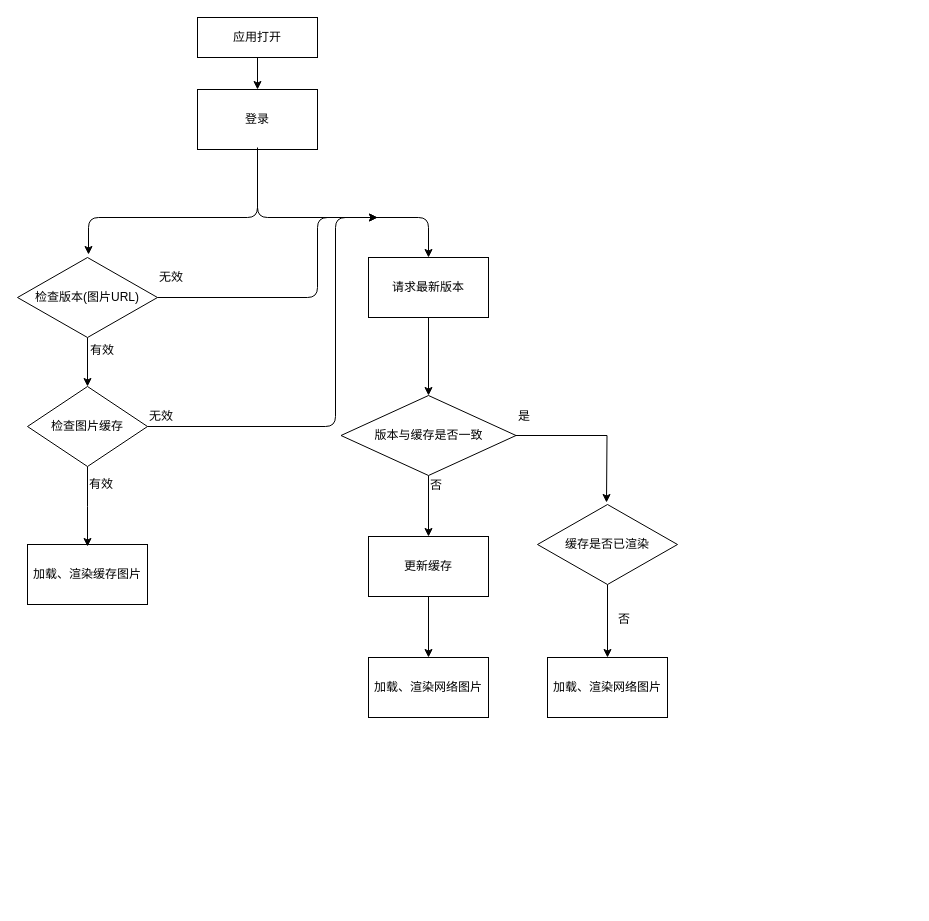
Earlier version of the draw.io diagram Untitled Diagram.drawio (666luyong/Diagram). Source tidied: cells renumbered, new cells numbered last; positions are measured from the earlier drawing's top-left corner, leaving out a move shared by most shapes. Both pictures are drawn from the tidied source at 100%, with x=0, y=0 at pixel (17, 17).
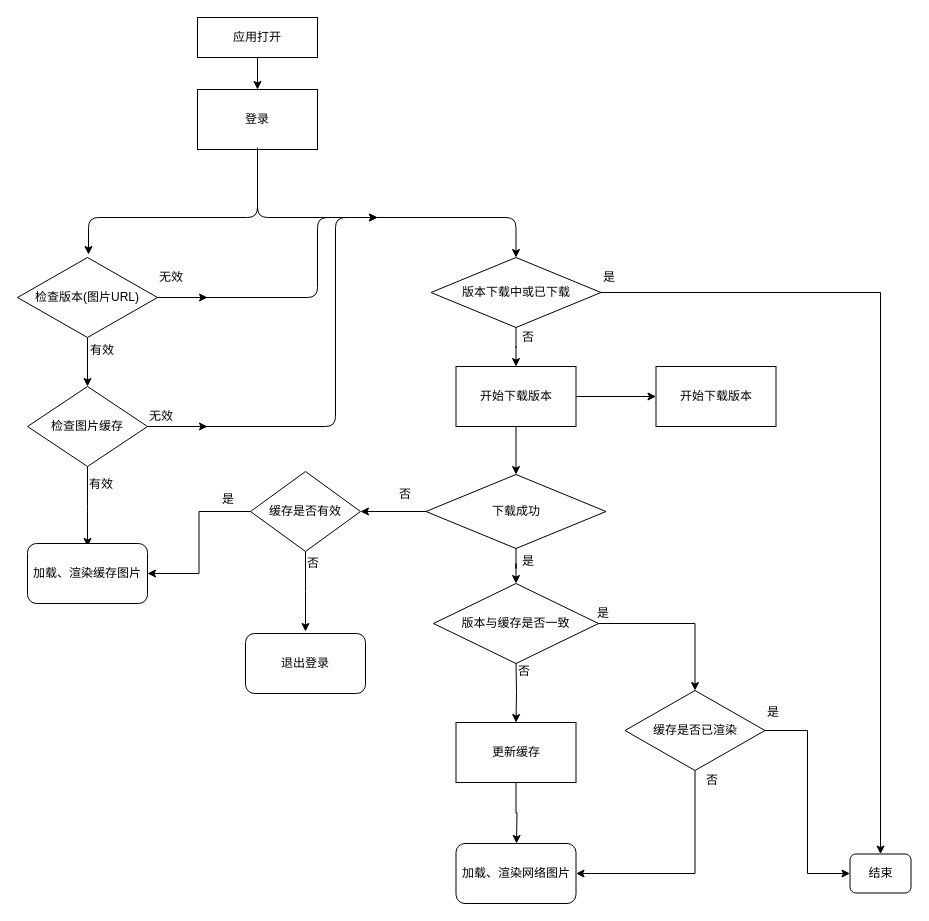
The same page after the edit.

The change refers to these unchanged cells:
```xml
<mxCell id="17" value="&lt;span style=&quot;white-space: normal&quot;&gt;检查版本(图片URL)&lt;/span&gt;" style="rhombus;whiteSpace=wrap;html=1;" parent="1" vertex="1">
  <mxGeometry y="240" width="140" height="80" as="geometry" />
</mxCell>
<mxCell id="19" value="检查图片缓存" style="rhombus;whiteSpace=wrap;html=1;" parent="1" vertex="1">
  <mxGeometry x="10" y="369" width="120" height="80" as="geometry" />
</mxCell>
```

The edit, as a diff of the source:
```diff
@@
-    <mxCell id="7" style="edgeStyle=segmentEdgeStyle;endArrow=classic;html=1;entryX=0.5;entryY=0;entryDx=0;entryDy=0;" parent="1" edge="1" target="9">
+    <mxCell id="7" style="edgeStyle=segmentEdgeStyle;endArrow=classic;html=1;entryX=0.5;entryY=0;entryDx=0;entryDy=0;" parent="1" edge="1" target="39">
       <mxGeometry relative="1" as="geometry">
         <mxPoint x="240" y="130" as="sourcePoint" />
         <Array as="points">
-          <mxPoint x="240" y="152" />
           <mxPoint x="240" y="200" />
-          <mxPoint x="411" y="200" />
+          <mxPoint x="499" y="200" />
         </Array>
       </mxGeometry>
     </mxCell>
-    <mxCell id="8" style="edgeStyle=orthogonalEdgeStyle;rounded=0;jettySize=auto;html=1;entryX=0.5;entryY=0;entryDx=0;entryDy=0;" parent="1" edge="1" source="9" target="13">
-      <mxGeometry relative="1" as="geometry" />
-    </mxCell>
-    <mxCell id="9" value="请求最新版本" style="rounded=0;whiteSpace=wrap;html=1;" parent="1" vertex="1">
-      <mxGeometry x="351" y="240" width="120" height="60" as="geometry" />
-    </mxCell>
-    <mxCell id="10" value="加载、渲染缓存图片" style="rounded=0;whiteSpace=wrap;html=1;" parent="1" vertex="1">
-      <mxGeometry x="10" y="527" width="120" height="60" as="geometry" />
-    </mxCell>
-    <mxCell id="11" style="edgeStyle=orthogonalEdgeStyle;rounded=0;jettySize=auto;html=1;" parent="1" edge="1" source="13">
-      <mxGeometry relative="1" as="geometry">
-        <mxPoint x="589" y="485" as="targetPoint" />
-      </mxGeometry>
-    </mxCell>
-    <mxCell id="12" style="edgeStyle=orthogonalEdgeStyle;rounded=0;jettySize=auto;html=1;entryX=0.5;entryY=0;entryDx=0;entryDy=0;" parent="1" edge="1" source="13" target="28">
-      <mxGeometry relative="1" as="geometry" />
+    <mxCell id="12" style="edgeStyle=orthogonalEdgeStyle;rounded=0;jettySize=auto;html=1;entryX=0.5;entryY=0;entryDx=0;entryDy=0;" parent="1" edge="1" target="28">
+      <mxGeometry relative="1" as="geometry">
+        <mxPoint x="498.5" y="644" as="sourcePoint" />
+      </mxGeometry>
     </mxCell>
+    <mxCell id="33" style="edgeStyle=orthogonalEdgeStyle;rounded=0;jettySize=auto;html=1;entryX=0.5;entryY=0;entryDx=0;entryDy=0;" parent="1" edge="1" source="13" target="25">
+      <mxGeometry relative="1" as="geometry" />
+    </mxCell>
     <mxCell id="13" value="版本与缓存是否一致" style="rhombus;whiteSpace=wrap;html=1;" parent="1" vertex="1">
-      <mxGeometry x="323.5" y="378" width="175" height="80" as="geometry" />
+      <mxGeometry x="416" y="566" width="165" height="80" as="geometry" />
     </mxCell>
-    <mxCell id="14" value="加载、渲染网络图片" style="rounded=0;whiteSpace=wrap;html=1;" parent="1" vertex="1">
-      <mxGeometry x="351" y="640" width="120" height="60" as="geometry" />
-    </mxCell>
     <mxCell id="15" value="否" style="text;html=1;align=left;verticalAlign=top;spacingTop=-4;" parent="1" vertex="1">
-      <mxGeometry x="411" y="458" width="30" height="20" as="geometry" />
+      <mxGeometry x="498.5" y="644" width="30" height="20" as="geometry" />
     </mxCell>
@@
+    <mxCell id="34" style="edgeStyle=orthogonalEdgeStyle;rounded=0;jettySize=auto;html=1;" parent="1" edge="1" source="17">
+      <mxGeometry relative="1" as="geometry">
+        <mxPoint x="190" y="280" as="targetPoint" />
+      </mxGeometry>
+    </mxCell>
@@
+    <mxCell id="35" style="edgeStyle=orthogonalEdgeStyle;rounded=0;jettySize=auto;html=1;" parent="1" edge="1" source="19">
+      <mxGeometry relative="1" as="geometry">
+        <mxPoint x="190" y="409" as="targetPoint" />
+      </mxGeometry>
+    </mxCell>
@@
     <mxCell id="22" value="是" style="text;html=1;align=left;verticalAlign=top;spacingTop=-4;" parent="1" vertex="1">
-      <mxGeometry x="499" y="389" width="30" height="20" as="geometry" />
+      <mxGeometry x="577.5" y="586" width="30" height="20" as="geometry" />
     </mxCell>
-    <mxCell id="23" value="&lt;span style=&quot;white-space: normal&quot;&gt;加载、渲染网络图片&lt;/span&gt;" style="rounded=0;whiteSpace=wrap;html=1;" parent="1" vertex="1">
-      <mxGeometry x="530" y="640" width="120" height="60" as="geometry" />
-    </mxCell>
-    <mxCell id="24" style="edgeStyle=orthogonalEdgeStyle;rounded=0;jettySize=auto;html=1;exitX=0.5;exitY=1;exitDx=0;exitDy=0;entryX=0.5;entryY=0;entryDx=0;entryDy=0;" parent="1" edge="1" source="25" target="23">
+    <mxCell id="24" style="edgeStyle=orthogonalEdgeStyle;rounded=0;jettySize=auto;html=1;exitX=0.5;exitY=1;exitDx=0;exitDy=0;entryX=1;entryY=0.5;entryDx=0;entryDy=0;" parent="1" edge="1" source="25" target="53">
       <mxGeometry relative="1" as="geometry" />
     </mxCell>
+    <mxCell id="36" style="edgeStyle=orthogonalEdgeStyle;rounded=0;jettySize=auto;html=1;entryX=0;entryY=0.5;entryDx=0;entryDy=0;" parent="1" edge="1" source="25" target="46">
+      <mxGeometry relative="1" as="geometry" />
+    </mxCell>
     <mxCell id="25" value="缓存是否已渲染" style="rhombus;whiteSpace=wrap;html=1;" parent="1" vertex="1">
-      <mxGeometry x="520" y="487" width="140" height="80" as="geometry" />
+      <mxGeometry x="607.5" y="673" width="140" height="80" as="geometry" />
     </mxCell>
     <mxCell id="26" value="否" style="text;html=1;align=left;verticalAlign=top;spacingTop=-4;" parent="1" vertex="1">
-      <mxGeometry x="599" y="592" width="30" height="20" as="geometry" />
+      <mxGeometry x="686.5" y="753" width="30" height="20" as="geometry" />
     </mxCell>
-    <mxCell id="27" style="edgeStyle=orthogonalEdgeStyle;rounded=0;jettySize=auto;html=1;entryX=0.5;entryY=0;entryDx=0;entryDy=0;" parent="1" edge="1" source="28" target="14">
-      <mxGeometry relative="1" as="geometry" />
+    <mxCell id="27" style="edgeStyle=orthogonalEdgeStyle;rounded=0;jettySize=auto;html=1;entryX=0.5;entryY=0;entryDx=0;entryDy=0;" parent="1" edge="1" source="28">
+      <mxGeometry relative="1" as="geometry">
+        <mxPoint x="499" y="826" as="targetPoint" />
+      </mxGeometry>
     </mxCell>
     <mxCell id="28" value="更新缓存" style="rounded=0;whiteSpace=wrap;html=1;" parent="1" vertex="1">
-      <mxGeometry x="351" y="519" width="120" height="60" as="geometry" />
+      <mxGeometry x="438.5" y="705" width="120" height="60" as="geometry" />
     </mxCell>
@@
+    <mxCell id="37" style="edgeStyle=orthogonalEdgeStyle;rounded=0;jettySize=auto;html=1;entryX=0.5;entryY=0;entryDx=0;entryDy=0;" parent="1" edge="1" source="39" target="42">
+      <mxGeometry relative="1" as="geometry" />
+    </mxCell>
+    <mxCell id="38" style="edgeStyle=orthogonalEdgeStyle;rounded=0;jettySize=auto;html=1;entryX=0.5;entryY=0;entryDx=0;entryDy=0;" parent="1" edge="1" source="39" target="46">
+      <mxGeometry relative="1" as="geometry" />
+    </mxCell>
+    <mxCell id="39" value="版本下载中或已下载" style="rhombus;whiteSpace=wrap;html=1;" parent="1" vertex="1">
+      <mxGeometry x="413.5" y="240" width="170" height="70" as="geometry" />
+    </mxCell>
+    <mxCell id="40" style="edgeStyle=orthogonalEdgeStyle;rounded=0;jettySize=auto;html=1;entryX=0.5;entryY=0;entryDx=0;entryDy=0;" parent="1" edge="1" source="42" target="50">
+      <mxGeometry relative="1" as="geometry" />
+    </mxCell>
+    <mxCell id="41" style="edgeStyle=orthogonalEdgeStyle;rounded=0;jettySize=auto;html=1;" parent="1" edge="1" source="42" target="43">
+      <mxGeometry relative="1" as="geometry" />
+    </mxCell>
+    <mxCell id="42" value="开始下载版本" style="rounded=0;whiteSpace=wrap;html=1;" parent="1" vertex="1">
+      <mxGeometry x="438.5" y="349" width="120" height="60" as="geometry" />
+    </mxCell>
+    <mxCell id="43" value="开始下载版本" style="rounded=0;whiteSpace=wrap;html=1;" parent="1" vertex="1">
+      <mxGeometry x="638.5" y="349" width="120" height="60" as="geometry" />
+    </mxCell>
+    <mxCell id="44" value="否" style="text;html=1;align=left;verticalAlign=top;spacingTop=-4;" parent="1" vertex="1">
+      <mxGeometry x="503" y="310" width="30" height="20" as="geometry" />
+    </mxCell>
+    <mxCell id="45" value="是" style="text;html=1;align=left;verticalAlign=top;spacingTop=-4;" parent="1" vertex="1">
+      <mxGeometry x="584" y="250" width="30" height="20" as="geometry" />
+    </mxCell>
+    <mxCell id="46" value="结束" style="rounded=1;whiteSpace=wrap;html=1;" parent="1" vertex="1">
+      <mxGeometry x="832.5" y="836.5" width="61" height="39" as="geometry" />
+    </mxCell>
+    <mxCell id="47" value="是" style="text;html=1;align=left;verticalAlign=top;spacingTop=-4;" parent="1" vertex="1">
+      <mxGeometry x="747.5" y="685" width="30" height="20" as="geometry" />
+    </mxCell>
+    <mxCell id="48" style="edgeStyle=orthogonalEdgeStyle;rounded=0;jettySize=auto;html=1;entryX=0.5;entryY=0;entryDx=0;entryDy=0;" parent="1" edge="1" source="50" target="13">
+      <mxGeometry relative="1" as="geometry" />
+    </mxCell>
+    <mxCell id="49" style="edgeStyle=orthogonalEdgeStyle;rounded=0;jettySize=auto;html=1;entryX=1;entryY=0.5;entryDx=0;entryDy=0;" parent="1" edge="1" source="50" target="56">
+      <mxGeometry relative="1" as="geometry" />
+    </mxCell>
+    <mxCell id="50" value="下载成功" style="rhombus;whiteSpace=wrap;html=1;" parent="1" vertex="1">
+      <mxGeometry x="408.5" y="457" width="180" height="74" as="geometry" />
+    </mxCell>
+    <mxCell id="51" value="是" style="text;html=1;align=left;verticalAlign=top;spacingTop=-4;" parent="1" vertex="1">
+      <mxGeometry x="503" y="534" width="30" height="20" as="geometry" />
+    </mxCell>
+    <mxCell id="52" value="否" style="text;html=1;align=left;verticalAlign=top;spacingTop=-4;" parent="1" vertex="1">
+      <mxGeometry x="380" y="467" width="30" height="20" as="geometry" />
+    </mxCell>
+    <mxCell id="10" value="&lt;span style=&quot;white-space: normal&quot;&gt;加载、渲染缓存图片&lt;/span&gt;" style="rounded=1;whiteSpace=wrap;html=1;" parent="1" vertex="1">
+      <mxGeometry x="10" y="526" width="120" height="60" as="geometry" />
+    </mxCell>
+    <mxCell id="53" value="&lt;span style=&quot;white-space: normal&quot;&gt;加载、渲染网络图片&lt;/span&gt;" style="rounded=1;whiteSpace=wrap;html=1;" parent="1" vertex="1">
+      <mxGeometry x="438.5" y="826" width="120" height="60" as="geometry" />
+    </mxCell>
+    <mxCell id="54" style="edgeStyle=orthogonalEdgeStyle;rounded=0;jettySize=auto;html=1;entryX=1;entryY=0.5;entryDx=0;entryDy=0;" parent="1" edge="1" source="56" target="10">
+      <mxGeometry relative="1" as="geometry" />
+    </mxCell>
+    <mxCell id="55" style="edgeStyle=orthogonalEdgeStyle;rounded=0;jettySize=auto;html=1;" parent="1" edge="1" source="56">
+      <mxGeometry relative="1" as="geometry">
+        <mxPoint x="288" y="614" as="targetPoint" />
+      </mxGeometry>
+    </mxCell>
+    <mxCell id="56" value="缓存是否有效" style="rhombus;whiteSpace=wrap;html=1;" parent="1" vertex="1">
+      <mxGeometry x="233" y="454" width="110" height="80" as="geometry" />
+    </mxCell>
+    <mxCell id="57" value="是" style="text;html=1;align=left;verticalAlign=top;spacingTop=-4;" parent="1" vertex="1">
+      <mxGeometry x="203" y="472" width="30" height="20" as="geometry" />
+    </mxCell>
+    <mxCell id="58" value="退出登录" style="rounded=1;whiteSpace=wrap;html=1;" parent="1" vertex="1">
+      <mxGeometry x="228" y="616" width="120" height="60" as="geometry" />
+    </mxCell>
+    <mxCell id="59" value="否" style="text;html=1;align=left;verticalAlign=top;spacingTop=-4;" parent="1" vertex="1">
+      <mxGeometry x="288" y="536" width="30" height="20" as="geometry" />
+    </mxCell>
```
